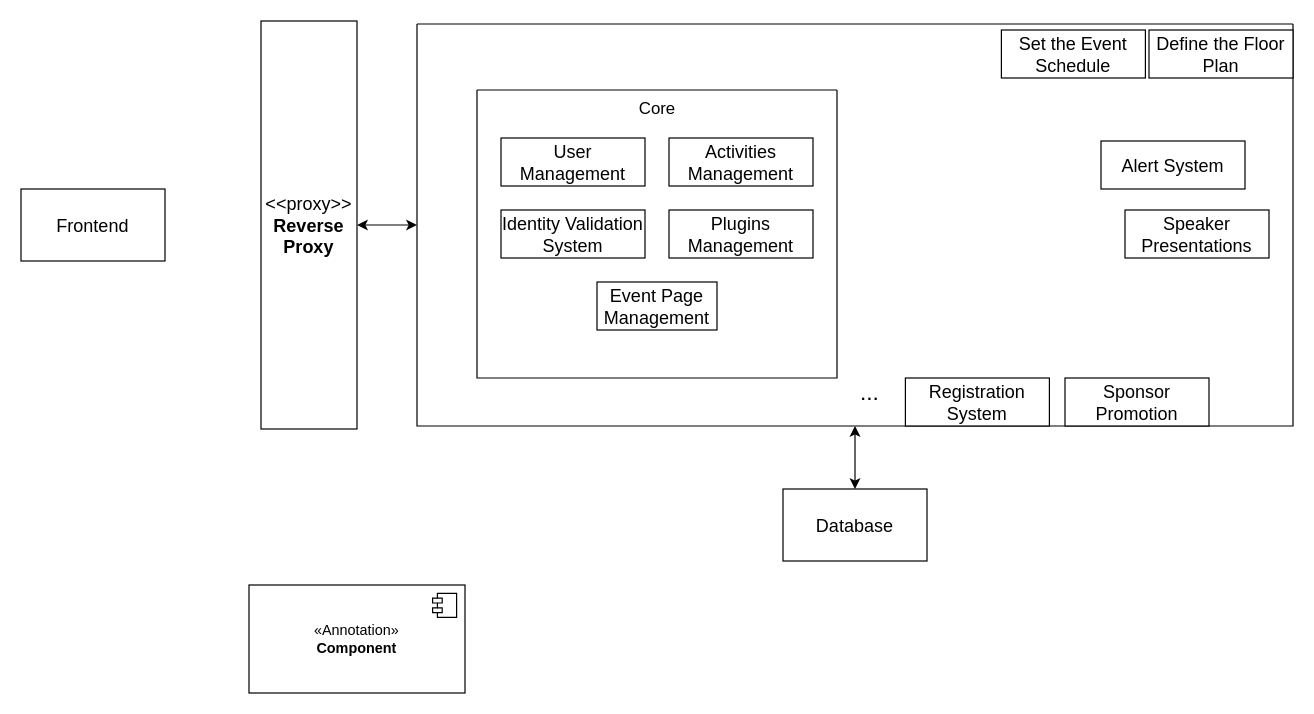
This is page "HComponentDiagramUML" (4 of 9) of coffeeBreak.drawio from PI-coffeeBreak/diagrams, a draw.io file, before an edit. Source tidied: cells renumbered, new cells numbered last; positions are measured from the earlier drawing's top-left corner, leaving out a move shared by most shapes. Both pictures are drawn from the tidied source at 120%, with x=0, y=0 at pixel (20, 20).
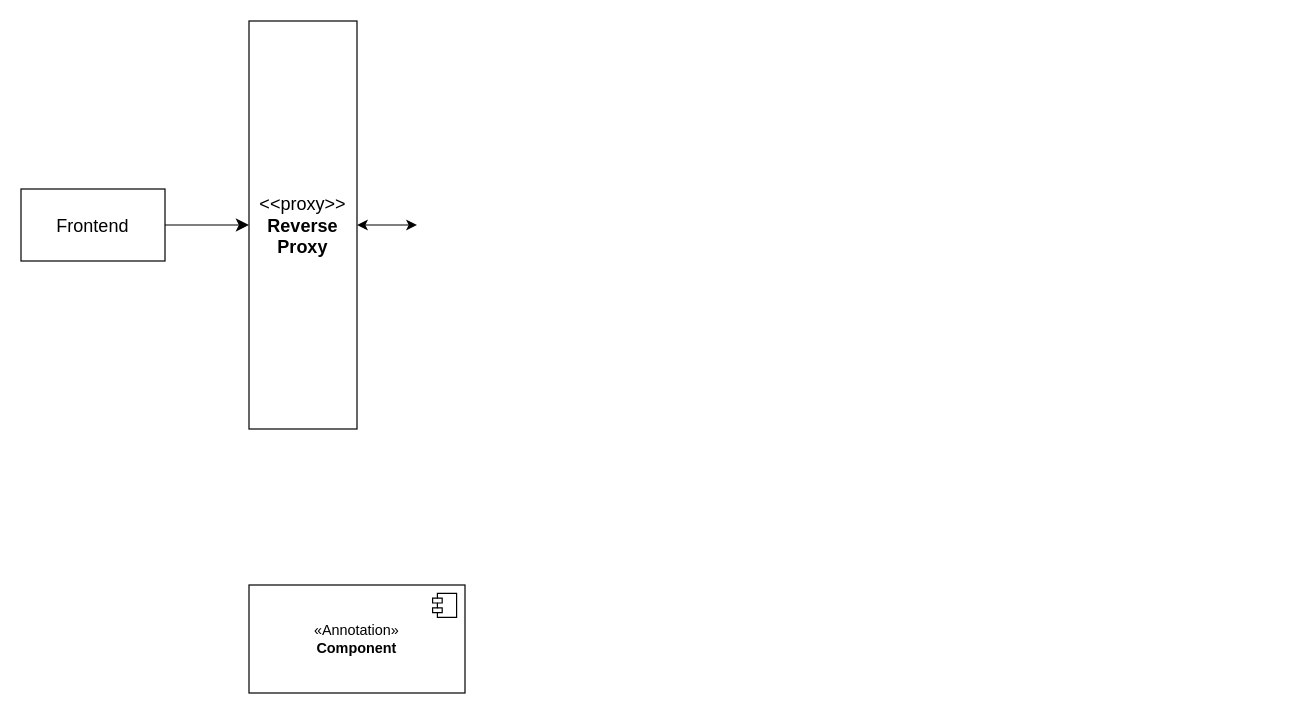
After the change.

Unchanged cells that the change refers to:
```xml
<mxCell id="2" value="&lt;font style=&quot;font-size: 15px;&quot;&gt;Frontend&lt;/font&gt;" style="rounded=0;whiteSpace=wrap;html=1;" parent="1" vertex="1">
  <mxGeometry y="140" width="120" height="60" as="geometry" />
</mxCell>
```

Diff of the diagram source:
```diff
@@
+    <mxCell id="24" style="edgeStyle=none;curved=1;rounded=0;jettySize=auto;html=1;exitX=1;exitY=0.5;exitDx=0;exitDy=0;entryX=0;entryY=0.5;entryDx=0;entryDy=0;fontSize=12;startSize=8;endSize=8;" parent="1" edge="1" source="2" target="4">
+      <mxGeometry relative="1" as="geometry" />
+    </mxCell>
@@
-    <mxCell id="3" style="edgeStyle=orthogonalEdgeStyle;rounded=0;jettySize=auto;html=1;exitX=1;exitY=0.5;exitDx=0;exitDy=0;startArrow=classic;startFill=1;" parent="1" edge="1" source="4" target="7">
-      <mxGeometry relative="1" as="geometry" />
+    <mxCell id="3" style="edgeStyle=orthogonalEdgeStyle;rounded=0;jettySize=auto;html=1;exitX=1;exitY=0.5;exitDx=0;exitDy=0;startArrow=classic;startFill=1;" parent="1" edge="1" source="4">
+      <mxGeometry relative="1" as="geometry">
+        <mxPoint x="330" y="170" as="targetPoint" />
+      </mxGeometry>
     </mxCell>
     <mxCell id="4" value="&lt;font style=&quot;font-size: 15px;&quot;&gt;&amp;lt;&amp;lt;proxy&amp;gt;&amp;gt; &lt;b&gt;Reverse Proxy&lt;/b&gt;&lt;/font&gt;" style="rounded=0;whiteSpace=wrap;html=1;" parent="1" vertex="1">
-      <mxGeometry x="200" width="80" height="340" as="geometry" />
+      <mxGeometry x="190" width="90" height="340" as="geometry" />
     </mxCell>
-    <mxCell id="5" value="&lt;font style=&quot;font-size: 15px;&quot;&gt;Database&lt;/font&gt;" style="rounded=0;whiteSpace=wrap;html=1;" parent="1" vertex="1">
-      <mxGeometry x="635" y="390" width="120" height="60" as="geometry" />
-    </mxCell>
-    <mxCell id="6" style="edgeStyle=orthogonalEdgeStyle;rounded=0;jettySize=auto;html=1;exitX=0.5;exitY=1;exitDx=0;exitDy=0;startArrow=classic;startFill=1;" parent="1" edge="1" source="7" target="5">
-      <mxGeometry relative="1" as="geometry" />
-    </mxCell>
-    <mxCell id="7" style="swimlane;startSize=0;" parent="1" vertex="1">
-      <mxGeometry x="330" y="2.5" width="730" height="335" as="geometry" />
-    </mxCell>
-    <mxCell id="8" style="swimlane;startSize=0;" parent="7" vertex="1">
-      <mxGeometry x="50" y="55" width="300" height="240" as="geometry" />
-    </mxCell>
-    <mxCell id="9" value="&lt;font style=&quot;font-size: 14px;&quot;&gt;Core&lt;/font&gt;" style="text;html=1;align=center;verticalAlign=middle;strokeColor=none;fillColor=none;" parent="8" vertex="1">
-      <mxGeometry x="125" width="50" height="30" as="geometry" />
-    </mxCell>
-    <mxCell id="10" value="&lt;font style=&quot;font-size: 15px;&quot;&gt;User Management&lt;/font&gt;" style="whiteSpace=wrap;html=1;" parent="8" vertex="1">
-      <mxGeometry x="20" y="40" width="120" height="40" as="geometry" />
-    </mxCell>
-    <mxCell id="11" value="&lt;font style=&quot;font-size: 15px;&quot;&gt;Activities Management&lt;/font&gt;" style="whiteSpace=wrap;html=1;" parent="8" vertex="1">
-      <mxGeometry x="160" y="40" width="120" height="40" as="geometry" />
-    </mxCell>
-    <mxCell id="12" value="&lt;font style=&quot;font-size: 15px;&quot;&gt;Identity Validation System&lt;/font&gt;" style="whiteSpace=wrap;html=1;" parent="8" vertex="1">
-      <mxGeometry x="20" y="100" width="120" height="40" as="geometry" />
-    </mxCell>
-    <mxCell id="13" value="&lt;font style=&quot;font-size: 15px;&quot;&gt;Plugins Management&lt;/font&gt;" style="whiteSpace=wrap;html=1;" parent="8" vertex="1">
-      <mxGeometry x="160" y="100" width="120" height="40" as="geometry" />
-    </mxCell>
-    <mxCell id="14" value="&lt;font style=&quot;font-size: 15px;&quot;&gt;Event Page Management&lt;/font&gt;" style="whiteSpace=wrap;html=1;" parent="8" vertex="1">
-      <mxGeometry x="100" y="160" width="100" height="40" as="geometry" />
-    </mxCell>
-    <mxCell id="15" value="&lt;font style=&quot;font-size: 19px;&quot;&gt;...&lt;/font&gt;" style="text;html=1;align=center;verticalAlign=middle;strokeColor=none;fillColor=none;" parent="7" vertex="1">
-      <mxGeometry x="357" y="287.5" width="40" height="40" as="geometry" />
-    </mxCell>
-    <mxCell id="16" value="&lt;font style=&quot;font-size: 15px;&quot;&gt;Registration System&lt;/font&gt;" style="whiteSpace=wrap;html=1;" parent="7" vertex="1">
-      <mxGeometry x="407" y="295" width="120" height="40" as="geometry" />
-    </mxCell>
-    <mxCell id="17" value="&lt;font style=&quot;font-size: 15px;&quot;&gt;Sponsor Promotion&lt;/font&gt;" style="whiteSpace=wrap;html=1;" parent="7" vertex="1">
-      <mxGeometry x="540" y="295" width="120" height="40" as="geometry" />
-    </mxCell>
-    <mxCell id="18" value="&lt;font style=&quot;font-size: 15px;&quot;&gt;Define the Floor Plan&lt;/font&gt;" style="whiteSpace=wrap;html=1;" parent="7" vertex="1">
-      <mxGeometry x="610" y="5" width="120" height="40" as="geometry" />
-    </mxCell>
-    <mxCell id="19" value="&lt;font style=&quot;font-size: 15px;&quot;&gt;Set the Event Schedule&lt;/font&gt;" style="whiteSpace=wrap;html=1;" parent="7" vertex="1">
-      <mxGeometry x="487" y="5" width="120" height="40" as="geometry" />
-    </mxCell>
-    <mxCell id="20" value="&lt;font style=&quot;font-size: 15px;&quot;&gt;Alert System&lt;/font&gt;" style="whiteSpace=wrap;html=1;" parent="7" vertex="1">
-      <mxGeometry x="570" y="97.5" width="120" height="40" as="geometry" />
-    </mxCell>
-    <mxCell id="21" value="&lt;font style=&quot;font-size: 15px;&quot;&gt;Speaker Presentations&lt;/font&gt;" style="whiteSpace=wrap;html=1;" parent="7" vertex="1">
-      <mxGeometry x="590" y="155" width="120" height="40" as="geometry" />
-    </mxCell>
```
